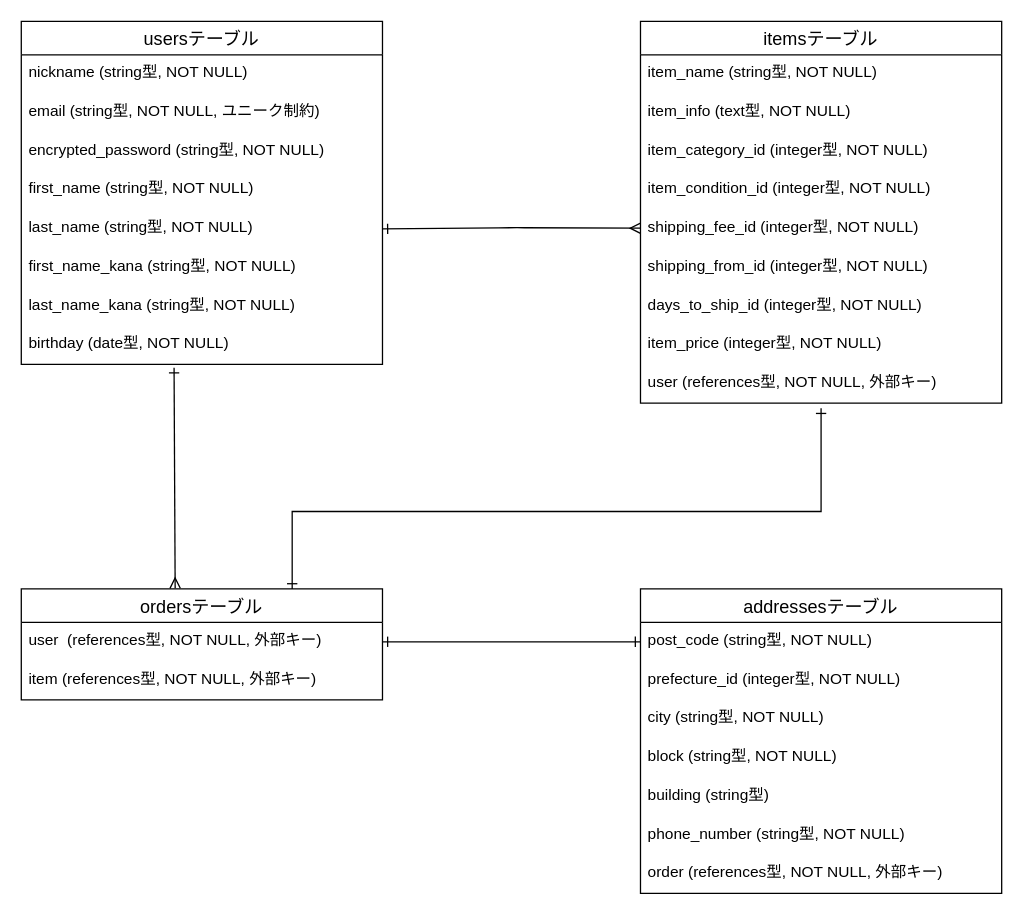
teguchi0920/furima-38847 keeps this draw.io diagram as furima.dio. Above is the earlier version. Source tidied: cells renumbered, new cells numbered last; positions are measured from the earlier drawing's top-left corner, leaving out a move shared by most shapes. Both pictures are drawn from the tidied source at 129%, with x=0, y=0 at pixel (21, 21).
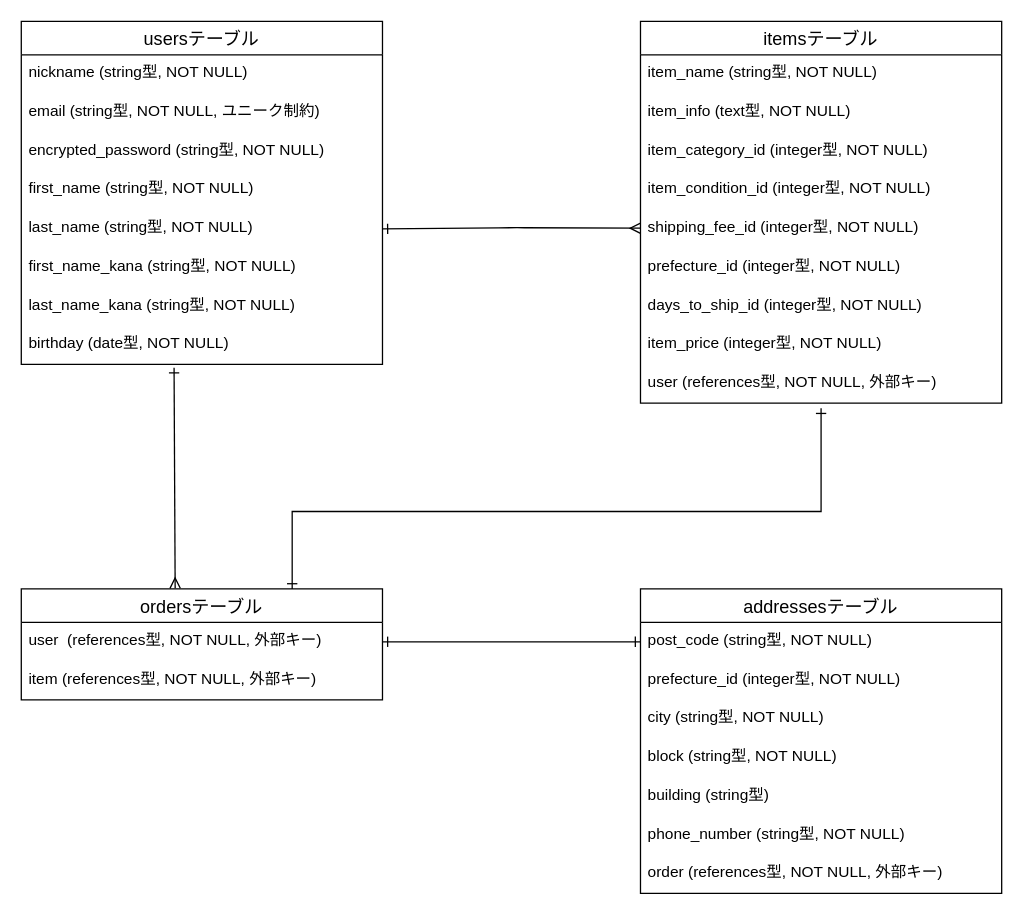
The same page after the edit.

Commit message (it also covers changes not shown here):
都道府県を保存するカラム名をitemsテーブルとaddressesテーブルで統一

The change refers to these unchanged cells:
```xml
<mxCell id="11" value="itemsテーブル" style="swimlane;fontStyle=0;horizontal=1;startSize=26;align=center;fontSize=14;" parent="1" vertex="1">
  <mxGeometry x="480" width="280" height="296" as="geometry" />
</mxCell>
```

Change to the diagram source:
```diff
@@
-    <mxCell id="17" value="shipping_from_id (integer型, NOT NULL)" style="text;strokeColor=none;fillColor=none;spacingLeft=4;spacingRight=4;overflow=hidden;fontSize=12;" parent="11" vertex="1">
+    <mxCell id="17" value="prefecture_id (integer型, NOT NULL)" style="text;strokeColor=none;fillColor=none;spacingLeft=4;spacingRight=4;overflow=hidden;fontSize=12;" parent="11" vertex="1">
       <mxGeometry y="176" width="280" height="30" as="geometry" />
     </mxCell>
```
